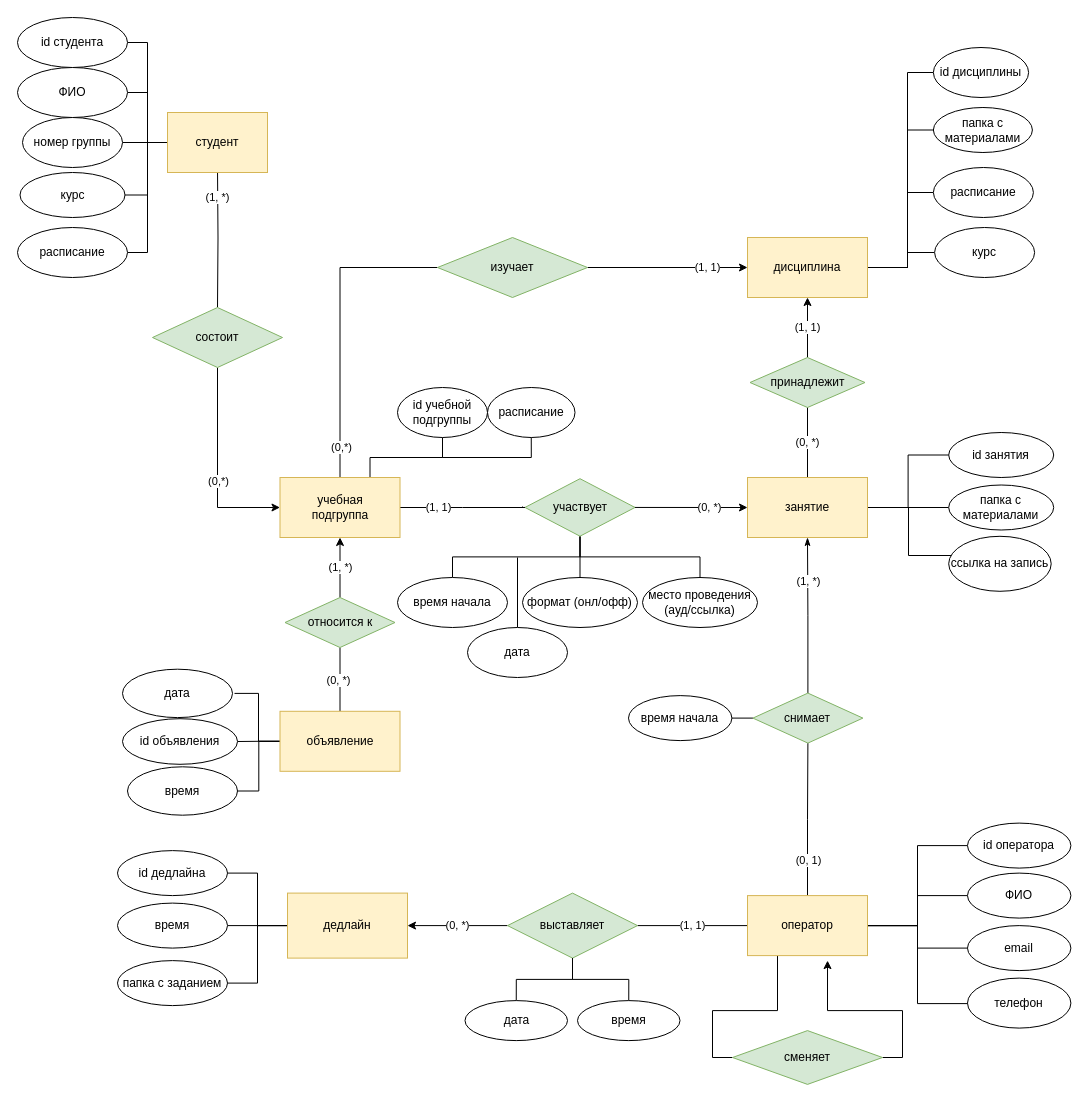
goozlike/LectorPlus-database keeps this draw.io diagram as Untitled Diagram.drawio. Above is the earlier version. Source tidied: cells renumbered, new cells numbered last; positions are measured from the earlier drawing's top-left corner, leaving out a move shared by most shapes. Both pictures are drawn from the tidied source at 100%, with x=0, y=0 at pixel (17, 17).
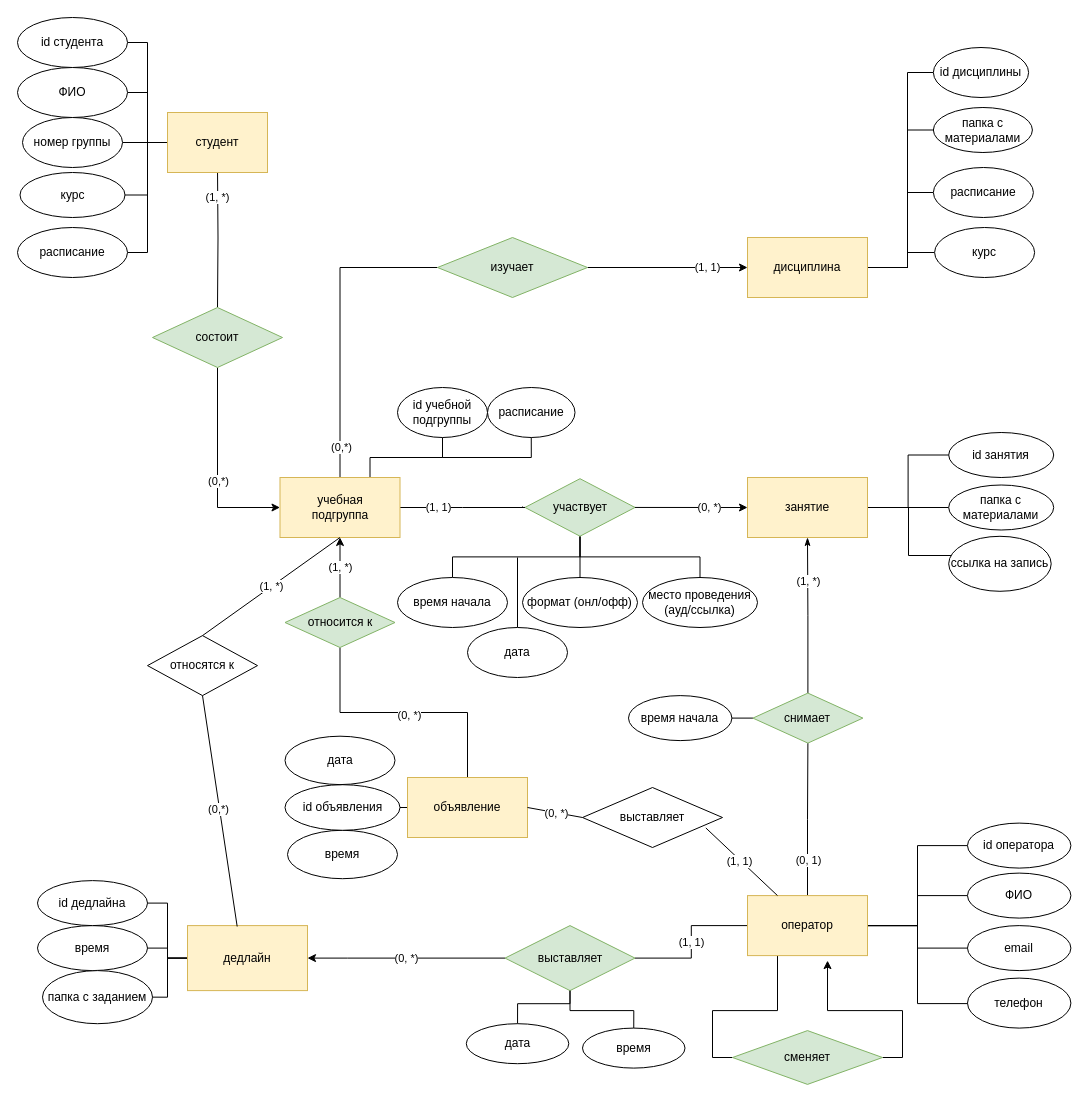
Above is the later version.

The change refers to these unchanged cells:
```xml
<mxCell id="20" value="занятие" style="rounded=0;whiteSpace=wrap;html=1;fillColor=#fff2cc;strokeColor=#d6b656;" parent="1" vertex="1">
  <mxGeometry x="730" y="460" width="120" height="60" as="geometry" />
</mxCell>
<mxCell id="37" value="&lt;div&gt;учебная&lt;br&gt;&lt;/div&gt;&lt;div&gt;подгруппа&lt;/div&gt;" style="rounded=0;whiteSpace=wrap;html=1;fillColor=#fff2cc;strokeColor=#d6b656;" parent="1" vertex="1">
  <mxGeometry x="262.5" y="460" width="120" height="60" as="geometry" />
</mxCell>
<mxCell id="60" value="оператор" style="rounded=0;whiteSpace=wrap;html=1;fillColor=#fff2cc;strokeColor=#d6b656;" parent="1" vertex="1">
  <mxGeometry x="730" y="878.1" width="120" height="60" as="geometry" />
</mxCell>
```

Diff of the diagram source:
```diff
@@
-    <mxCell id="16" value="(0, *)" style="edgeStyle=orthogonalEdgeStyle;rounded=0;jettySize=auto;html=1;exitX=0.5;exitY=0;exitDx=0;exitDy=0;entryX=0.5;entryY=1;entryDx=0;entryDy=0;endArrow=none;endFill=0;" parent="1" edge="1" source="20" target="25">
-      <mxGeometry relative="1" as="geometry" />
-    </mxCell>
@@
-    <mxCell id="21" value="&lt;div&gt;(1, 1)&lt;/div&gt;" style="edgeStyle=orthogonalEdgeStyle;rounded=0;orthogonalLoop=1;jettySize=auto;html=1;" parent="1" edge="1">
-      <mxGeometry relative="1" as="geometry">
-        <mxPoint x="790" y="340" as="sourcePoint" />
-        <mxPoint x="790" y="280" as="targetPoint" />
-      </mxGeometry>
-    </mxCell>
-    <mxCell id="22" style="edgeStyle=orthogonalEdgeStyle;rounded=0;jettySize=auto;html=1;exitX=0.5;exitY=0;exitDx=0;exitDy=0;endArrow=none;endFill=0;strokeColor=#000000;" parent="1" edge="1" source="25">
-      <mxGeometry relative="1" as="geometry">
-        <mxPoint x="790" y="330" as="targetPoint" />
-      </mxGeometry>
-    </mxCell>
-    <mxCell id="23" style="edgeStyle=orthogonalEdgeStyle;rounded=0;jettySize=auto;html=1;exitX=0.5;exitY=1;exitDx=0;exitDy=0;endArrow=none;endFill=0;strokeColor=#000000;" parent="1" edge="1" source="25">
-      <mxGeometry relative="1" as="geometry">
-        <mxPoint x="790" y="400" as="targetPoint" />
-      </mxGeometry>
-    </mxCell>
-    <mxCell id="24" style="edgeStyle=orthogonalEdgeStyle;rounded=0;jettySize=auto;html=1;exitX=0.5;exitY=1;exitDx=0;exitDy=0;endArrow=none;endFill=0;strokeColor=#000000;" parent="1" edge="1" source="25">
-      <mxGeometry relative="1" as="geometry">
-        <mxPoint x="790" y="400" as="targetPoint" />
-      </mxGeometry>
-    </mxCell>
-    <mxCell id="25" value="принадлежит" style="rhombus;whiteSpace=wrap;html=1;fillColor=#d5e8d4;strokeColor=#82b366;" parent="1" vertex="1">
-      <mxGeometry x="732.5" y="340" width="115" height="50" as="geometry" />
-    </mxCell>
@@
     <mxCell id="68" value="дедлайн" style="rounded=0;whiteSpace=wrap;html=1;fillColor=#fff2cc;strokeColor=#d6b656;" parent="1" vertex="1">
-      <mxGeometry x="270" y="875.6" width="120" height="65" as="geometry" />
+      <mxGeometry x="170" y="908.1" width="120" height="65" as="geometry" />
     </mxCell>
     <mxCell id="69" value="время" style="ellipse;whiteSpace=wrap;html=1;" parent="1" vertex="1">
-      <mxGeometry x="100" y="885.6" width="110" height="45" as="geometry" />
+      <mxGeometry x="20" y="908.1" width="110" height="45" as="geometry" />
     </mxCell>
     <mxCell id="70" value="(0, *)" style="edgeStyle=orthogonalEdgeStyle;rounded=0;jettySize=auto;html=1;entryX=1;entryY=0.5;entryDx=0;entryDy=0;" parent="1" edge="1" source="72" target="68">
-      <mxGeometry relative="1" as="geometry" />
+      <mxGeometry relative="1" as="geometry">
+        <Array as="points">
+          <mxPoint x="330" y="941" />
+          <mxPoint x="330" y="941" />
+        </Array>
+      </mxGeometry>
     </mxCell>
@@
     <mxCell id="72" value="выставляет" style="rhombus;whiteSpace=wrap;html=1;fillColor=#d5e8d4;strokeColor=#82b366;" parent="1" vertex="1">
-      <mxGeometry x="490" y="875.6" width="130" height="65" as="geometry" />
+      <mxGeometry x="487.5" y="908.1" width="130" height="65" as="geometry" />
     </mxCell>
@@
-    <mxCell id="75" style="edgeStyle=orthogonalEdgeStyle;rounded=0;jettySize=auto;html=1;exitX=0;exitY=0.5;exitDx=0;exitDy=0;entryX=1;entryY=0.5;entryDx=0;entryDy=0;startArrow=none;startFill=0;endArrow=none;endFill=0;" parent="1" edge="1" source="78" target="89">
-      <mxGeometry relative="1" as="geometry" />
-    </mxCell>
@@
-    <mxCell id="77" style="edgeStyle=orthogonalEdgeStyle;rounded=0;orthogonalLoop=1;jettySize=auto;html=1;exitX=0;exitY=0.5;exitDx=0;exitDy=0;entryX=1;entryY=0.5;entryDx=0;entryDy=0;startArrow=none;startFill=0;endArrow=none;endFill=0;" parent="1" edge="1">
-      <mxGeometry relative="1" as="geometry">
-        <mxPoint x="264.5" y="723.8" as="sourcePoint" />
-        <mxPoint x="217" y="675.9" as="targetPoint" />
-        <Array as="points">
-          <mxPoint x="241" y="724" />
-          <mxPoint x="241" y="676" />
-        </Array>
-      </mxGeometry>
-    </mxCell>
     <mxCell id="78" value="&lt;div&gt;объявление&lt;/div&gt;" style="rounded=0;whiteSpace=wrap;html=1;fillColor=#fff2cc;strokeColor=#d6b656;" parent="1" vertex="1">
-      <mxGeometry x="262.5" y="693.8" width="120" height="60" as="geometry" />
+      <mxGeometry x="390" y="760" width="120" height="60" as="geometry" />
     </mxCell>
@@
     <mxCell id="88" value="папка с заданием" style="ellipse;whiteSpace=wrap;html=1;" parent="1" vertex="1">
-      <mxGeometry x="100" y="943.1" width="110" height="45" as="geometry" />
+      <mxGeometry x="25" y="953.1" width="110" height="53.1" as="geometry" />
     </mxCell>
     <mxCell id="89" value="время" style="ellipse;whiteSpace=wrap;html=1;" parent="1" vertex="1">
-      <mxGeometry x="110" y="749.3" width="110" height="48.4" as="geometry" />
+      <mxGeometry x="270" y="812.8" width="110" height="48.4" as="geometry" />
     </mxCell>
@@
     <mxCell id="92" value="id объявления" style="ellipse;whiteSpace=wrap;html=1;" parent="1" vertex="1">
-      <mxGeometry x="105" y="701.2" width="115" height="45.6" as="geometry" />
+      <mxGeometry x="267.5" y="767.2" width="115" height="45.6" as="geometry" />
     </mxCell>
@@
     <mxCell id="101" value="id дедлайна" style="ellipse;whiteSpace=wrap;html=1;" parent="1" vertex="1">
-      <mxGeometry x="100" y="833.1" width="110" height="45" as="geometry" />
+      <mxGeometry x="20" y="863.1" width="110" height="45" as="geometry" />
     </mxCell>
@@
     <mxCell id="103" value="дата" style="ellipse;whiteSpace=wrap;html=1;" parent="1" vertex="1">
-      <mxGeometry x="447.5" y="983.1" width="102.5" height="40" as="geometry" />
+      <mxGeometry x="448.8" y="1006.2" width="102.5" height="40" as="geometry" />
     </mxCell>
     <mxCell id="104" value="время" style="ellipse;whiteSpace=wrap;html=1;" parent="1" vertex="1">
-      <mxGeometry x="560" y="983.1" width="102.5" height="40" as="geometry" />
+      <mxGeometry x="565" y="1010.6" width="102.5" height="40" as="geometry" />
     </mxCell>
@@
     <mxCell id="106" value="дата" style="ellipse;whiteSpace=wrap;html=1;" parent="1" vertex="1">
-      <mxGeometry x="105" y="651.7" width="110" height="48.4" as="geometry" />
+      <mxGeometry x="267.5" y="718.7" width="110" height="48.4" as="geometry" />
     </mxCell>
+    <mxCell id="107" value="выставляет" style="rhombus;whiteSpace=wrap;html=1;" parent="1" vertex="1">
+      <mxGeometry x="565" y="770" width="140" height="60" as="geometry" />
+    </mxCell>
+    <mxCell id="108" style="endArrow=none;html=1;entryX=0.25;entryY=0;entryDx=0;entryDy=0;exitX=0.881;exitY=0.674;exitDx=0;exitDy=0;exitPerimeter=0;" parent="1" edge="1" source="107" target="60">
+      <mxGeometry relative="1" as="geometry" />
+    </mxCell>
+    <mxCell id="21" value="(1, 1)" style="edgeLabel;html=1;align=center;verticalAlign=middle;" parent="108" vertex="1">
+      <mxGeometry x="-0.06" y="-1" relative="1" as="geometry">
+        <mxPoint y="1" as="offset" />
+      </mxGeometry>
+    </mxCell>
+    <mxCell id="109" style="endArrow=none;html=1;entryX=0;entryY=0.5;entryDx=0;entryDy=0;exitX=1;exitY=0.5;exitDx=0;exitDy=0;" parent="1" edge="1" source="78" target="107">
+      <mxGeometry relative="1" as="geometry" />
+    </mxCell>
+    <mxCell id="16" value="(0, *)" style="edgeLabel;html=1;align=center;verticalAlign=middle;" parent="109" vertex="1">
+      <mxGeometry x="0.03" relative="1" as="geometry" />
+    </mxCell>
+    <mxCell id="110" value="относятся к" style="rhombus;whiteSpace=wrap;html=1;" parent="1" vertex="1">
+      <mxGeometry x="130" y="618.1" width="110" height="60" as="geometry" />
+    </mxCell>
+    <mxCell id="111" style="endArrow=none;html=1;entryX=0.414;entryY=0.014;entryDx=0;entryDy=0;entryPerimeter=0;exitX=0.5;exitY=1;exitDx=0;exitDy=0;" parent="1" edge="1" source="110" target="68">
+      <mxGeometry relative="1" as="geometry" />
+    </mxCell>
+    <mxCell id="112" value="(0,*)" style="edgeLabel;html=1;align=center;verticalAlign=middle;" parent="111" vertex="1">
+      <mxGeometry x="-0.02" y="-1" relative="1" as="geometry">
+        <mxPoint y="1" as="offset" />
+      </mxGeometry>
+    </mxCell>
+    <mxCell id="113" value="(1, *)" style="endArrow=none;html=1;entryX=0.5;entryY=0;entryDx=0;entryDy=0;exitX=0.5;exitY=1;exitDx=0;exitDy=0;" parent="1" edge="1" source="37" target="110">
+      <mxGeometry relative="1" as="geometry" />
+    </mxCell>
```
